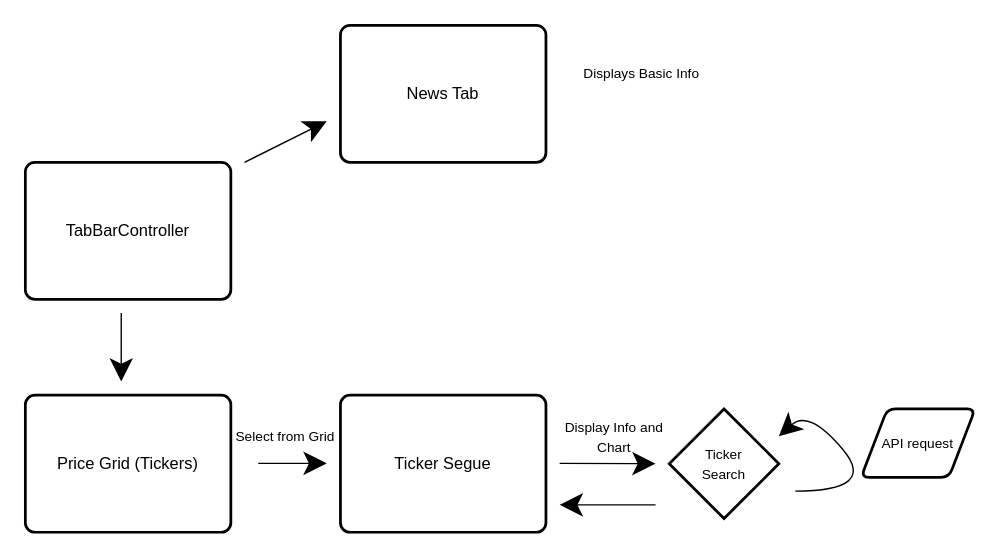
alexander-bui/cosc4355_ios_app_project keeps this draw.io diagram as app_specifications/user_flow_diagram.drawio. Above is the earlier version. Source tidied: cells renumbered, new cells numbered last; positions are measured from the earlier drawing's top-left corner, leaving out a move shared by most shapes. Both pictures are drawn from the tidied source at 137%, with x=0, y=0 at pixel (25, 25).
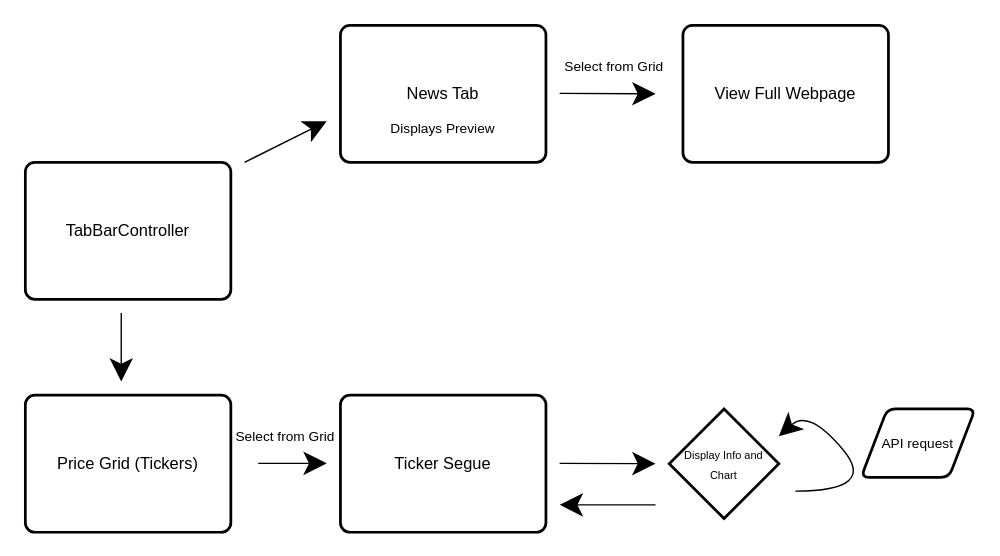
Above is the later version.

Change to the diagram source:
```diff
@@
-    <mxCell id="7" value="&lt;font style=&quot;font-size: 10px&quot;&gt;Ticker&lt;br&gt;Search&lt;br&gt;&lt;/font&gt;" style="strokeWidth=2;html=1;shape=mxgraph.flowchart.decision;whiteSpace=wrap;hachureGap=4;" parent="1" vertex="1">
+    <mxCell id="7" value="&lt;font&gt;&lt;font style=&quot;font-size: 8px&quot;&gt;Display Info and Chart&lt;/font&gt;&lt;br&gt;&lt;/font&gt;" style="strokeWidth=2;html=1;shape=mxgraph.flowchart.decision;whiteSpace=wrap;hachureGap=4;" parent="1" vertex="1">
       <mxGeometry x="470" y="280" width="80" height="80" as="geometry" />
     </mxCell>
@@
-    <mxCell id="12" value="&lt;font style=&quot;font-size: 10px&quot;&gt;Display Info and Chart&lt;/font&gt;" style="text;html=1;strokeColor=none;fillColor=none;align=center;verticalAlign=middle;whiteSpace=wrap;rounded=0;hachureGap=4;" parent="1" vertex="1">
-      <mxGeometry x="390" y="280" width="80" height="40" as="geometry" />
-    </mxCell>
-    <mxCell id="13" value="&lt;font style=&quot;font-size: 10px&quot;&gt;Displays Basic Info&lt;/font&gt;" style="text;html=1;strokeColor=none;fillColor=none;align=center;verticalAlign=middle;whiteSpace=wrap;rounded=0;hachureGap=4;" parent="1" vertex="1">
-      <mxGeometry x="380" width="140" height="70" as="geometry" />
+    <mxCell id="13" value="&lt;font style=&quot;font-size: 10px&quot;&gt;Displays Preview&lt;/font&gt;" style="text;html=1;strokeColor=none;fillColor=none;align=center;verticalAlign=middle;whiteSpace=wrap;rounded=0;hachureGap=4;" parent="1" vertex="1">
+      <mxGeometry x="235" y="40" width="140" height="70" as="geometry" />
     </mxCell>
@@
+    <mxCell id="17" style="endArrow=classic;html=1;startSize=14;endSize=14;sourcePerimeterSpacing=8;targetPerimeterSpacing=8;" parent="1" edge="1">
+      <mxGeometry relative="1" as="geometry">
+        <mxPoint x="390" y="49.7" as="sourcePoint" />
+        <mxPoint x="460" y="50" as="targetPoint" />
+      </mxGeometry>
+    </mxCell>
+    <mxCell id="18" value="View Full Webpage" style="rounded=1;whiteSpace=wrap;html=1;absoluteArcSize=1;arcSize=14;strokeWidth=2;hachureGap=4;" parent="1" vertex="1">
+      <mxGeometry x="480" width="150" height="100" as="geometry" />
+    </mxCell>
+    <mxCell id="19" value="&lt;font style=&quot;font-size: 10px&quot;&gt;Select from Grid&lt;/font&gt;" style="text;html=1;strokeColor=none;fillColor=none;align=center;verticalAlign=middle;whiteSpace=wrap;rounded=0;hachureGap=4;" parent="1" vertex="1">
+      <mxGeometry x="390" y="10" width="80" height="40" as="geometry" />
+    </mxCell>
```
